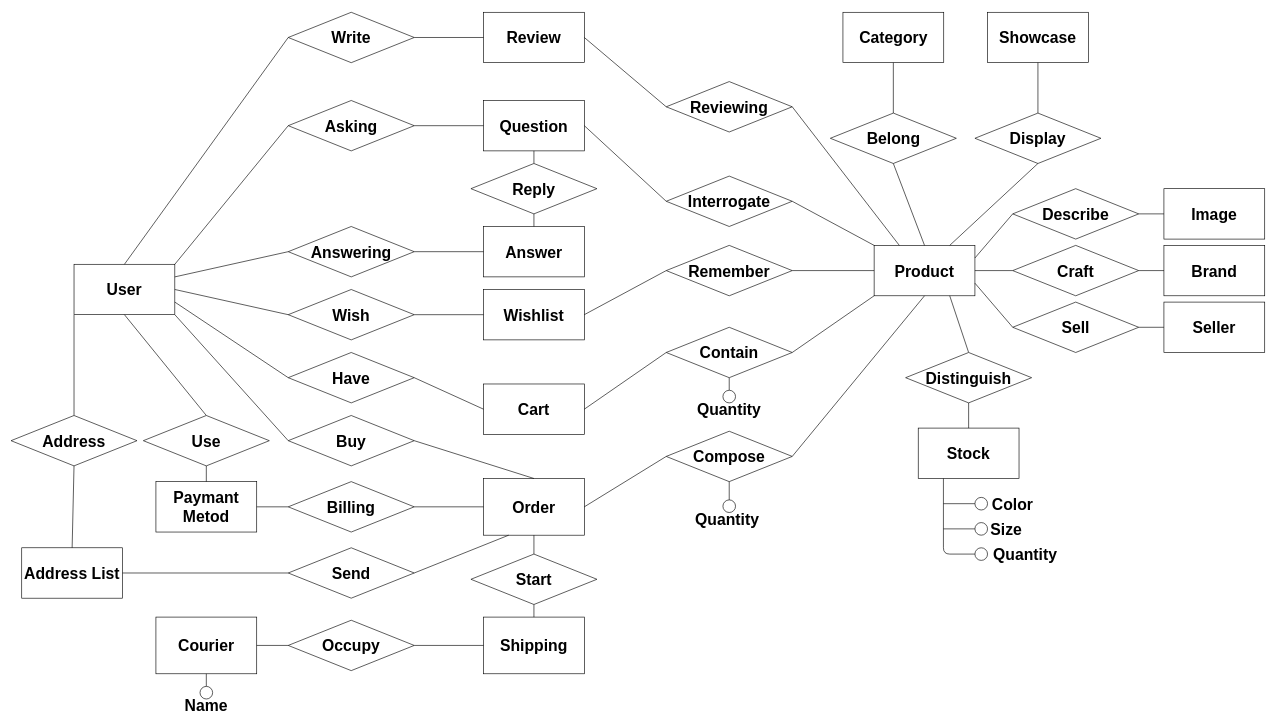
Above: Tecnologie del web.drawio in Coccio98/Tecnologie-del-web (draw.io), before the change. Source tidied: cells renumbered, new cells numbered last; positions are measured from the earlier drawing's top-left corner, leaving out a move shared by most shapes. Both pictures are drawn from the tidied source at 63%, with x=0, y=0 at pixel (11, 12).
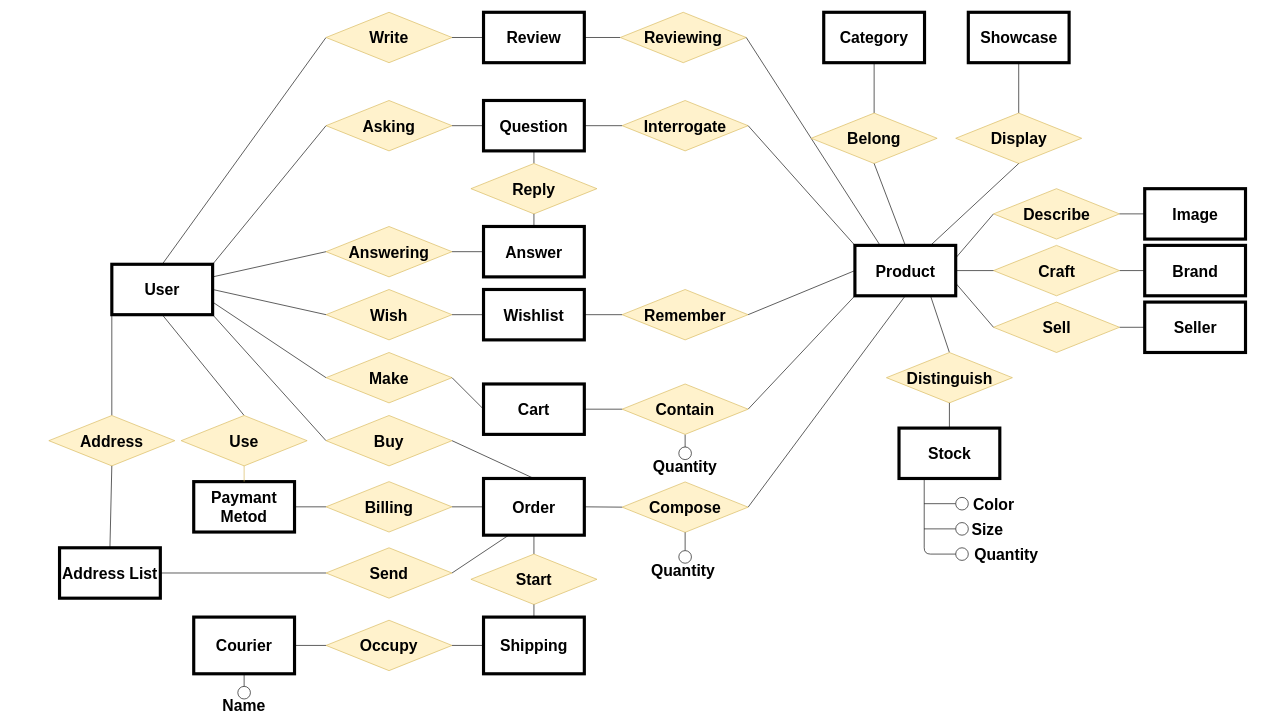
The same diagram, later.

The edit, as a diff of the source:
```diff
@@
-    <mxCell id="2" value="User" style="rounded=0;whiteSpace=wrap;html=1;fontSize=25;fontStyle=1;" parent="1" vertex="1">
-      <mxGeometry x="100" y="400" width="160" height="80" as="geometry" />
+    <mxCell id="2" value="User" style="rounded=0;whiteSpace=wrap;html=1;fontSize=25;fontStyle=1;strokeWidth=5;" parent="1" vertex="1">
+      <mxGeometry x="160" y="400" width="160" height="80" as="geometry" />
     </mxCell>
-    <mxCell id="3" value="Product" style="rounded=0;whiteSpace=wrap;html=1;fontSize=25;fontStyle=1;" parent="1" vertex="1">
-      <mxGeometry x="1370" y="370" width="160" height="80" as="geometry" />
+    <mxCell id="3" value="Product" style="rounded=0;whiteSpace=wrap;html=1;fontSize=25;fontStyle=1;strokeWidth=5;" parent="1" vertex="1">
+      <mxGeometry x="1339.5" y="370" width="160" height="80" as="geometry" />
     </mxCell>
-    <mxCell id="4" value="Category" style="rounded=0;whiteSpace=wrap;html=1;fontSize=25;fontStyle=1;" parent="1" vertex="1">
-      <mxGeometry x="1320.5" width="160" height="80" as="geometry" />
+    <mxCell id="4" value="Category" style="rounded=0;whiteSpace=wrap;html=1;fontSize=25;fontStyle=1;strokeWidth=5;" parent="1" vertex="1">
+      <mxGeometry x="1290" width="160" height="80" as="geometry" />
     </mxCell>
@@
-    <mxCell id="6" value="Wishlist" style="rounded=0;whiteSpace=wrap;html=1;fontSize=25;fontStyle=1;" parent="1" vertex="1">
+    <mxCell id="6" value="Wishlist" style="rounded=0;whiteSpace=wrap;html=1;fontSize=25;fontStyle=1;strokeWidth=5;" parent="1" vertex="1">
       <mxGeometry x="750" y="440" width="160" height="80" as="geometry" />
     </mxCell>
@@
-    <mxCell id="9" value="Cart" style="rounded=0;whiteSpace=wrap;html=1;fontSize=25;fontStyle=1;" parent="1" vertex="1">
+    <mxCell id="9" value="Cart" style="rounded=0;whiteSpace=wrap;html=1;fontSize=25;fontStyle=1;strokeWidth=5;" parent="1" vertex="1">
       <mxGeometry x="750" y="590" width="160" height="80" as="geometry" />
     </mxCell>
@@
-    <mxCell id="12" value="Address List" style="rounded=0;whiteSpace=wrap;html=1;fontSize=25;fontStyle=1;" parent="1" vertex="1">
-      <mxGeometry x="17" y="850" width="160" height="80" as="geometry" />
+    <mxCell id="12" value="Address List" style="rounded=0;whiteSpace=wrap;html=1;fontSize=25;fontStyle=1;strokeWidth=5;" parent="1" vertex="1">
+      <mxGeometry x="77" y="850" width="160" height="80" as="geometry" />
     </mxCell>
@@
-    <mxCell id="14" value="Paymant Metod" style="rounded=0;whiteSpace=wrap;html=1;fontSize=25;fontStyle=1;" parent="1" vertex="1">
-      <mxGeometry x="230" y="745" width="160" height="80" as="geometry" />
+    <mxCell id="14" value="Paymant Metod" style="rounded=0;whiteSpace=wrap;html=1;fontSize=25;fontStyle=1;strokeWidth=5;" parent="1" vertex="1">
+      <mxGeometry x="290" y="745" width="160" height="80" as="geometry" />
     </mxCell>
@@
-    <mxCell id="16" value="Order" style="rounded=0;whiteSpace=wrap;html=1;fontSize=25;fontStyle=1;" parent="1" vertex="1">
+    <mxCell id="16" value="Order" style="rounded=0;whiteSpace=wrap;html=1;fontSize=25;fontStyle=1;strokeWidth=5;" parent="1" vertex="1">
       <mxGeometry x="750" y="740" width="160" height="90" as="geometry" />
     </mxCell>
@@
-    <mxCell id="22" value="Image" style="rounded=0;whiteSpace=wrap;html=1;fontSize=25;fontStyle=1;" parent="1" vertex="1">
-      <mxGeometry x="1830" y="280" width="160" height="80" as="geometry" />
+    <mxCell id="22" value="Image" style="rounded=0;whiteSpace=wrap;html=1;fontSize=25;fontStyle=1;strokeWidth=5;" parent="1" vertex="1">
+      <mxGeometry x="1799.5" y="280" width="160" height="80" as="geometry" />
     </mxCell>
-    <mxCell id="23" value="Review" style="rounded=0;whiteSpace=wrap;html=1;fontSize=25;fontStyle=1;" parent="1" vertex="1">
+    <mxCell id="23" value="Review" style="rounded=0;whiteSpace=wrap;html=1;fontSize=25;fontStyle=1;strokeWidth=5;" parent="1" vertex="1">
       <mxGeometry x="750" width="160" height="80" as="geometry" />
     </mxCell>
@@
     <mxCell id="26" value="Quantity" style="text;html=1;strokeColor=none;fillColor=none;align=center;verticalAlign=middle;whiteSpace=wrap;rounded=0;fontSize=25;fontStyle=1;" parent="1" vertex="1">
-      <mxGeometry x="1117" y="794" width="40" height="20" as="geometry" />
+      <mxGeometry x="1047" y="874.5" width="40" height="20" as="geometry" />
     </mxCell>
@@
-    <mxCell id="28" value="Seller" style="rounded=0;whiteSpace=wrap;html=1;fontSize=25;fontStyle=1;" parent="1" vertex="1">
-      <mxGeometry x="1830" y="460" width="160" height="80" as="geometry" />
+    <mxCell id="28" value="Seller" style="rounded=0;whiteSpace=wrap;html=1;fontSize=25;fontStyle=1;strokeWidth=5;" parent="1" vertex="1">
+      <mxGeometry x="1799.5" y="460" width="160" height="80" as="geometry" />
     </mxCell>
-    <mxCell id="29" value="Brand" style="rounded=0;whiteSpace=wrap;html=1;fontSize=25;fontStyle=1;" parent="1" vertex="1">
-      <mxGeometry x="1830" y="370" width="160" height="80" as="geometry" />
+    <mxCell id="29" value="Brand" style="rounded=0;whiteSpace=wrap;html=1;fontSize=25;fontStyle=1;strokeWidth=5;" parent="1" vertex="1">
+      <mxGeometry x="1799.5" y="370" width="160" height="80" as="geometry" />
     </mxCell>
@@
-    <mxCell id="31" value="Stock" style="rounded=0;whiteSpace=wrap;html=1;fontSize=25;fontStyle=1;" parent="1" vertex="1">
-      <mxGeometry x="1440" y="660" width="160" height="80" as="geometry" />
+    <mxCell id="31" value="Stock" style="rounded=0;whiteSpace=wrap;html=1;fontSize=25;fontStyle=1;strokeWidth=5;" parent="1" vertex="1">
+      <mxGeometry x="1409.5" y="660" width="160" height="80" as="geometry" />
     </mxCell>
@@
     <mxCell id="33" value="Color" style="text;html=1;strokeColor=none;fillColor=none;align=center;verticalAlign=middle;whiteSpace=wrap;rounded=0;fontSize=25;fontStyle=1;" parent="1" vertex="1">
-      <mxGeometry x="1570" y="770" width="40" height="20" as="geometry" />
+      <mxGeometry x="1539.5" y="770" width="40" height="20" as="geometry" />
     </mxCell>
     <mxCell id="34" value="Quantity" style="text;html=1;strokeColor=none;fillColor=none;align=center;verticalAlign=middle;whiteSpace=wrap;rounded=0;fontSize=25;fontStyle=1;" parent="1" vertex="1">
-      <mxGeometry x="1590" y="850" width="40" height="20" as="geometry" />
+      <mxGeometry x="1559.5" y="850" width="40" height="20" as="geometry" />
     </mxCell>
     <mxCell id="35" value="Size" style="text;html=1;strokeColor=none;fillColor=none;align=center;verticalAlign=middle;whiteSpace=wrap;rounded=0;fontSize=25;fontStyle=1;" parent="1" vertex="1">
-      <mxGeometry x="1560" y="810" width="40" height="20" as="geometry" />
+      <mxGeometry x="1529.5" y="810" width="40" height="20" as="geometry" />
     </mxCell>
@@
-    <mxCell id="37" value="Shipping" style="rounded=0;whiteSpace=wrap;html=1;fontSize=25;fontStyle=1;" parent="1" vertex="1">
+    <mxCell id="37" value="Shipping" style="rounded=0;whiteSpace=wrap;html=1;fontSize=25;fontStyle=1;strokeWidth=5;" parent="1" vertex="1">
       <mxGeometry x="750" y="960" width="160" height="90" as="geometry" />
     </mxCell>
-    <mxCell id="38" value="Courier" style="rounded=0;whiteSpace=wrap;html=1;fontSize=25;fontStyle=1;" parent="1" vertex="1">
-      <mxGeometry x="230" y="960" width="160" height="90" as="geometry" />
+    <mxCell id="38" value="Courier" style="rounded=0;whiteSpace=wrap;html=1;fontSize=25;fontStyle=1;strokeWidth=5;" parent="1" vertex="1">
+      <mxGeometry x="290" y="960" width="160" height="90" as="geometry" />
     </mxCell>
@@
     <mxCell id="40" value="Name" style="text;html=1;strokeColor=none;fillColor=none;align=center;verticalAlign=middle;whiteSpace=wrap;rounded=0;fontSize=25;fontStyle=1;" parent="1" vertex="1">
-      <mxGeometry x="290" y="1090" width="40" height="20" as="geometry" />
+      <mxGeometry x="350" y="1090" width="40" height="20" as="geometry" />
     </mxCell>
-    <mxCell id="41" value="Showcase" style="rounded=0;whiteSpace=wrap;html=1;fontSize=25;fontStyle=1;" parent="1" vertex="1">
-      <mxGeometry x="1550" width="160" height="80" as="geometry" />
+    <mxCell id="41" value="Showcase" style="rounded=0;whiteSpace=wrap;html=1;fontSize=25;fontStyle=1;strokeWidth=5;" parent="1" vertex="1">
+      <mxGeometry x="1519.5" width="160" height="80" as="geometry" />
     </mxCell>
@@
-    <mxCell id="43" value="Question" style="rounded=0;whiteSpace=wrap;html=1;fontSize=25;fontStyle=1;" parent="1" vertex="1">
+    <mxCell id="43" value="Question" style="rounded=0;whiteSpace=wrap;html=1;fontSize=25;fontStyle=1;strokeWidth=5;" parent="1" vertex="1">
       <mxGeometry x="750" y="140" width="160" height="80" as="geometry" />
     </mxCell>
@@
-    <mxCell id="46" value="Answer" style="rounded=0;whiteSpace=wrap;html=1;fontSize=25;fontStyle=1;" parent="1" vertex="1">
+    <mxCell id="46" value="Answer" style="rounded=0;whiteSpace=wrap;html=1;fontSize=25;fontStyle=1;strokeWidth=5;" parent="1" vertex="1">
       <mxGeometry x="750" y="340" width="160" height="80" as="geometry" />
     </mxCell>
@@
-    <mxCell id="49" value="Write" style="rhombus;whiteSpace=wrap;html=1;fontSize=25;fontStyle=1;" parent="1" vertex="1">
-      <mxGeometry x="440" width="200" height="80" as="geometry" />
+    <mxCell id="49" value="Write" style="rhombus;whiteSpace=wrap;html=1;fontSize=25;fontStyle=1;fillColor=#fff2cc;strokeColor=#d6b656;" parent="1" vertex="1">
+      <mxGeometry x="500" width="200" height="80" as="geometry" />
     </mxCell>
@@
-    <mxCell id="51" value="Answering" style="rhombus;whiteSpace=wrap;html=1;fontSize=25;fontStyle=1;" parent="1" vertex="1">
-      <mxGeometry x="440" y="340" width="200" height="80" as="geometry" />
+    <mxCell id="51" value="Answering" style="rhombus;whiteSpace=wrap;html=1;fontSize=25;fontStyle=1;fillColor=#fff2cc;strokeColor=#d6b656;" parent="1" vertex="1">
+      <mxGeometry x="500" y="340" width="200" height="80" as="geometry" />
     </mxCell>
@@
-    <mxCell id="53" value="Asking" style="rhombus;whiteSpace=wrap;html=1;fontSize=25;fontStyle=1;" parent="1" vertex="1">
-      <mxGeometry x="440" y="140" width="200" height="80" as="geometry" />
+    <mxCell id="53" value="Asking" style="rhombus;whiteSpace=wrap;html=1;fontSize=25;fontStyle=1;fillColor=#fff2cc;strokeColor=#d6b656;" parent="1" vertex="1">
+      <mxGeometry x="500" y="140" width="200" height="80" as="geometry" />
     </mxCell>
@@
-    <mxCell id="55" value="Reply" style="rhombus;whiteSpace=wrap;html=1;fontSize=25;fontStyle=1;" parent="1" vertex="1">
+    <mxCell id="55" value="Reply" style="rhombus;whiteSpace=wrap;html=1;fontSize=25;fontStyle=1;fillColor=#fff2cc;strokeColor=#d6b656;" parent="1" vertex="1">
       <mxGeometry x="730" y="240" width="200" height="80" as="geometry" />
     </mxCell>
@@
-    <mxCell id="57" value="Wish" style="rhombus;whiteSpace=wrap;html=1;fontSize=25;fontStyle=1;" parent="1" vertex="1">
-      <mxGeometry x="440" y="440" width="200" height="80" as="geometry" />
+    <mxCell id="57" value="Wish" style="rhombus;whiteSpace=wrap;html=1;fontSize=25;fontStyle=1;fillColor=#fff2cc;strokeColor=#d6b656;" parent="1" vertex="1">
+      <mxGeometry x="500" y="440" width="200" height="80" as="geometry" />
     </mxCell>
@@
-    <mxCell id="59" value="Have" style="rhombus;whiteSpace=wrap;html=1;fontSize=25;fontStyle=1;" parent="1" vertex="1">
-      <mxGeometry x="440" y="540" width="200" height="80" as="geometry" />
+    <mxCell id="59" value="Make" style="rhombus;whiteSpace=wrap;html=1;fontSize=25;fontStyle=1;fillColor=#fff2cc;strokeColor=#d6b656;" parent="1" vertex="1">
+      <mxGeometry x="500" y="540" width="200" height="80" as="geometry" />
     </mxCell>
@@
-    <mxCell id="61" value="Buy" style="rhombus;whiteSpace=wrap;html=1;fontSize=25;fontStyle=1;" parent="1" vertex="1">
-      <mxGeometry x="440" y="640" width="200" height="80" as="geometry" />
+    <mxCell id="61" value="Buy" style="rhombus;whiteSpace=wrap;html=1;fontSize=25;fontStyle=1;fillColor=#fff2cc;strokeColor=#d6b656;" parent="1" vertex="1">
+      <mxGeometry x="500" y="640" width="200" height="80" as="geometry" />
     </mxCell>
@@
-    <mxCell id="63" value="Use" style="rhombus;whiteSpace=wrap;html=1;fontSize=25;fontStyle=1;" parent="1" vertex="1">
-      <mxGeometry x="210" y="640" width="200" height="80" as="geometry" />
+    <mxCell id="63" value="Use" style="rhombus;whiteSpace=wrap;html=1;fontSize=25;fontStyle=1;fillColor=#fff2cc;strokeColor=#d6b656;" parent="1" vertex="1">
+      <mxGeometry x="270" y="640" width="200" height="80" as="geometry" />
     </mxCell>
-    <mxCell id="64" style="endArrow=none;html=1;entryX=0.5;entryY=1;entryDx=0;entryDy=0;exitX=0.5;exitY=0;exitDx=0;exitDy=0;fontSize=25;fontStyle=1;" parent="1" edge="1" source="14" target="63">
+    <mxCell id="64" style="endArrow=none;html=1;entryX=0.5;entryY=1;entryDx=0;entryDy=0;exitX=0.5;exitY=0;exitDx=0;exitDy=0;fontSize=25;fontStyle=1;fillColor=#fff2cc;strokeColor=#d6b656;" parent="1" edge="1" source="14" target="63">
       <mxGeometry relative="1" as="geometry" />
     </mxCell>
-    <mxCell id="65" value="Billing" style="rhombus;whiteSpace=wrap;html=1;fontSize=25;fontStyle=1;" parent="1" vertex="1">
-      <mxGeometry x="440" y="745" width="200" height="80" as="geometry" />
+    <mxCell id="65" value="Billing" style="rhombus;whiteSpace=wrap;html=1;fontSize=25;fontStyle=1;fillColor=#fff2cc;strokeColor=#d6b656;" parent="1" vertex="1">
+      <mxGeometry x="500" y="745" width="200" height="80" as="geometry" />
     </mxCell>
@@
-    <mxCell id="67" value="Address" style="rhombus;whiteSpace=wrap;html=1;fontSize=25;fontStyle=1;" parent="1" vertex="1">
-      <mxGeometry y="640" width="200" height="80" as="geometry" />
+    <mxCell id="67" value="Address" style="rhombus;whiteSpace=wrap;html=1;fontSize=25;fontStyle=1;fillColor=#fff2cc;strokeColor=#d6b656;" parent="1" vertex="1">
+      <mxGeometry x="60" y="640" width="200" height="80" as="geometry" />
     </mxCell>
@@
-    <mxCell id="69" value="Send" style="rhombus;whiteSpace=wrap;html=1;fontSize=25;fontStyle=1;" parent="1" vertex="1">
-      <mxGeometry x="440" y="850" width="200" height="80" as="geometry" />
+    <mxCell id="69" value="Send" style="rhombus;whiteSpace=wrap;html=1;fontSize=25;fontStyle=1;fillColor=#fff2cc;strokeColor=#d6b656;" parent="1" vertex="1">
+      <mxGeometry x="500" y="850" width="200" height="80" as="geometry" />
     </mxCell>
@@
-    <mxCell id="71" value="Start" style="rhombus;whiteSpace=wrap;html=1;fontSize=25;fontStyle=1;" parent="1" vertex="1">
+    <mxCell id="71" value="Start" style="rhombus;whiteSpace=wrap;html=1;fontSize=25;fontStyle=1;fillColor=#fff2cc;strokeColor=#d6b656;" parent="1" vertex="1">
       <mxGeometry x="730" y="860" width="200" height="80" as="geometry" />
     </mxCell>
@@
-    <mxCell id="73" value="Occupy" style="rhombus;whiteSpace=wrap;html=1;fontSize=25;fontStyle=1;" parent="1" vertex="1">
-      <mxGeometry x="440" y="965" width="200" height="80" as="geometry" />
+    <mxCell id="73" value="Occupy" style="rhombus;whiteSpace=wrap;html=1;fontSize=25;fontStyle=1;fillColor=#fff2cc;strokeColor=#d6b656;" parent="1" vertex="1">
+      <mxGeometry x="500" y="965" width="200" height="80" as="geometry" />
     </mxCell>
@@
-    <mxCell id="75" value="Compose" style="rhombus;whiteSpace=wrap;html=1;fontSize=25;fontStyle=1;" parent="1" vertex="1">
-      <mxGeometry x="1040" y="665" width="200" height="80" as="geometry" />
+    <mxCell id="75" value="Compose" style="rhombus;whiteSpace=wrap;html=1;fontSize=25;fontStyle=1;fillColor=#fff2cc;strokeColor=#d6b656;" parent="1" vertex="1">
+      <mxGeometry x="970" y="745.5" width="200" height="80" as="geometry" />
     </mxCell>
@@
     <mxCell id="78" style="ellipse;whiteSpace=wrap;html=1;fontSize=25;" parent="1" vertex="1">
-      <mxGeometry x="1130" y="774" width="20" height="20" as="geometry" />
+      <mxGeometry x="1060" y="854.5" width="20" height="20" as="geometry" />
     </mxCell>
     <mxCell id="79" value="Quantity" style="text;html=1;strokeColor=none;fillColor=none;align=center;verticalAlign=middle;whiteSpace=wrap;rounded=0;fontSize=25;fontStyle=1;" parent="1" vertex="1">
-      <mxGeometry x="1120" y="620" width="40" height="20" as="geometry" />
+      <mxGeometry x="1050" y="710" width="40" height="20" as="geometry" />
     </mxCell>
@@
     <mxCell id="81" style="ellipse;whiteSpace=wrap;html=1;fontSize=25;" parent="1" vertex="1">
-      <mxGeometry x="1130" y="600" width="20" height="20" as="geometry" />
+      <mxGeometry x="1060" y="690" width="20" height="20" as="geometry" />
     </mxCell>
-    <mxCell id="82" value="Contain" style="rhombus;whiteSpace=wrap;html=1;fontSize=25;fontStyle=1;" parent="1" vertex="1">
-      <mxGeometry x="1040" y="500" width="200" height="80" as="geometry" />
+    <mxCell id="82" value="Contain" style="rhombus;whiteSpace=wrap;html=1;fontSize=25;fontStyle=1;fillColor=#fff2cc;strokeColor=#d6b656;" parent="1" vertex="1">
+      <mxGeometry x="970" y="590" width="200" height="80" as="geometry" />
     </mxCell>
@@
-    <mxCell id="84" value="Remember" style="rhombus;whiteSpace=wrap;html=1;fontSize=25;fontStyle=1;" parent="1" vertex="1">
-      <mxGeometry x="1040" y="370" width="200" height="80" as="geometry" />
+    <mxCell id="84" value="Remember" style="rhombus;whiteSpace=wrap;html=1;fontSize=25;fontStyle=1;fillColor=#fff2cc;strokeColor=#d6b656;" parent="1" vertex="1">
+      <mxGeometry x="970" y="440" width="200" height="80" as="geometry" />
     </mxCell>
@@
-    <mxCell id="86" value="Interrogate" style="rhombus;whiteSpace=wrap;html=1;fontSize=25;fontStyle=1;" parent="1" vertex="1">
-      <mxGeometry x="1040" y="260" width="200" height="80" as="geometry" />
+    <mxCell id="86" value="Interrogate" style="rhombus;whiteSpace=wrap;html=1;fontSize=25;fontStyle=1;fillColor=#fff2cc;strokeColor=#d6b656;" parent="1" vertex="1">
+      <mxGeometry x="970" y="140" width="200" height="80" as="geometry" />
     </mxCell>
@@
-    <mxCell id="88" value="Reviewing" style="rhombus;whiteSpace=wrap;html=1;fontSize=25;fontStyle=1;" parent="1" vertex="1">
-      <mxGeometry x="1040" y="110" width="200" height="80" as="geometry" />
+    <mxCell id="88" value="Reviewing" style="rhombus;whiteSpace=wrap;html=1;fontSize=25;fontStyle=1;fillColor=#fff2cc;strokeColor=#d6b656;" parent="1" vertex="1">
+      <mxGeometry x="967" width="200" height="80" as="geometry" />
     </mxCell>
@@
     <mxCell id="91" style="ellipse;whiteSpace=wrap;html=1;fontSize=25;" parent="1" vertex="1">
-      <mxGeometry x="300" y="1070" width="20" height="20" as="geometry" />
+      <mxGeometry x="360" y="1070" width="20" height="20" as="geometry" />
     </mxCell>
-    <mxCell id="92" value="Belong" style="rhombus;whiteSpace=wrap;html=1;fontSize=25;fontStyle=1;" parent="1" vertex="1">
-      <mxGeometry x="1300.5" y="160" width="200" height="80" as="geometry" />
+    <mxCell id="92" value="Belong" style="rhombus;whiteSpace=wrap;html=1;fontSize=25;fontStyle=1;fillColor=#fff2cc;strokeColor=#d6b656;" parent="1" vertex="1">
+      <mxGeometry x="1270" y="160" width="200" height="80" as="geometry" />
     </mxCell>
@@
-    <mxCell id="94" value="Display" style="rhombus;whiteSpace=wrap;html=1;fontSize=25;fontStyle=1;" parent="1" vertex="1">
-      <mxGeometry x="1530" y="160" width="200" height="80" as="geometry" />
+    <mxCell id="94" value="Display" style="rhombus;whiteSpace=wrap;html=1;fontSize=25;fontStyle=1;fillColor=#fff2cc;strokeColor=#d6b656;" parent="1" vertex="1">
+      <mxGeometry x="1499.5" y="160" width="200" height="80" as="geometry" />
     </mxCell>
@@
-    <mxCell id="96" value="Describe" style="rhombus;whiteSpace=wrap;html=1;fontSize=25;fontStyle=1;" parent="1" vertex="1">
-      <mxGeometry x="1590" y="280" width="200" height="80" as="geometry" />
+    <mxCell id="96" value="Describe" style="rhombus;whiteSpace=wrap;html=1;fontSize=25;fontStyle=1;fillColor=#fff2cc;strokeColor=#d6b656;" parent="1" vertex="1">
+      <mxGeometry x="1559.5" y="280" width="200" height="80" as="geometry" />
     </mxCell>
@@
-    <mxCell id="98" value="Craft" style="rhombus;whiteSpace=wrap;html=1;fontSize=25;fontStyle=1;" parent="1" vertex="1">
-      <mxGeometry x="1590" y="370" width="200" height="80" as="geometry" />
+    <mxCell id="98" value="Craft" style="rhombus;whiteSpace=wrap;html=1;fontSize=25;fontStyle=1;fillColor=#fff2cc;strokeColor=#d6b656;" parent="1" vertex="1">
+      <mxGeometry x="1559.5" y="370" width="200" height="80" as="geometry" />
     </mxCell>
@@
-    <mxCell id="100" value="Sell" style="rhombus;whiteSpace=wrap;html=1;fontSize=25;fontStyle=1;" parent="1" vertex="1">
-      <mxGeometry x="1590" y="460" width="200" height="80" as="geometry" />
+    <mxCell id="100" value="Sell" style="rhombus;whiteSpace=wrap;html=1;fontSize=25;fontStyle=1;fillColor=#fff2cc;strokeColor=#d6b656;" parent="1" vertex="1">
+      <mxGeometry x="1559.5" y="460" width="200" height="80" as="geometry" />
     </mxCell>
@@
-    <mxCell id="102" value="Distinguish" style="rhombus;whiteSpace=wrap;html=1;fontSize=25;fontStyle=1;" parent="1" vertex="1">
-      <mxGeometry x="1420" y="540" width="200" height="80" as="geometry" />
+    <mxCell id="102" value="Distinguish" style="rhombus;whiteSpace=wrap;html=1;fontSize=25;fontStyle=1;fillColor=#fff2cc;strokeColor=#d6b656;" parent="1" vertex="1">
+      <mxGeometry x="1389.5" y="540" width="200" height="80" as="geometry" />
     </mxCell>
@@
     <mxCell id="104" style="endArrow=none;html=1;fontSize=25;entryX=0.25;entryY=1;entryDx=0;entryDy=0;exitX=0;exitY=0.5;exitDx=0;exitDy=0;" parent="1" edge="1" source="105" target="31">
       <mxGeometry relative="1" as="geometry">
         <Array as="points">
-          <mxPoint x="1480" y="860" />
+          <mxPoint x="1449.5" y="860" />
         </Array>
       </mxGeometry>
     </mxCell>
     <mxCell id="105" style="ellipse;whiteSpace=wrap;html=1;fontSize=25;" parent="1" vertex="1">
-      <mxGeometry x="1530" y="850" width="20" height="20" as="geometry" />
+      <mxGeometry x="1499.5" y="850" width="20" height="20" as="geometry" />
     </mxCell>
     <mxCell id="106" style="endArrow=none;html=1;fontSize=25;exitX=0;exitY=0.5;exitDx=0;exitDy=0;" parent="1" edge="1" source="108">
       <mxGeometry relative="1" as="geometry">
-        <mxPoint x="1480" y="820" as="targetPoint" />
+        <mxPoint x="1449.5" y="820" as="targetPoint" />
       </mxGeometry>
     </mxCell>
     <mxCell id="107" style="endArrow=none;html=1;fontSize=25;exitX=0;exitY=0.5;exitDx=0;exitDy=0;" parent="1" edge="1" source="109">
       <mxGeometry relative="1" as="geometry">
-        <mxPoint x="1480" y="780" as="targetPoint" />
+        <mxPoint x="1449.5" y="780" as="targetPoint" />
       </mxGeometry>
     </mxCell>
     <mxCell id="108" style="ellipse;whiteSpace=wrap;html=1;fontSize=25;" parent="1" vertex="1">
-      <mxGeometry x="1530" y="810" width="20" height="20" as="geometry" />
+      <mxGeometry x="1499.5" y="810" width="20" height="20" as="geometry" />
     </mxCell>
     <mxCell id="109" style="ellipse;whiteSpace=wrap;html=1;fontSize=25;" parent="1" vertex="1">
-      <mxGeometry x="1530" y="770" width="20" height="20" as="geometry" />
+      <mxGeometry x="1499.5" y="770" width="20" height="20" as="geometry" />
     </mxCell>
```
